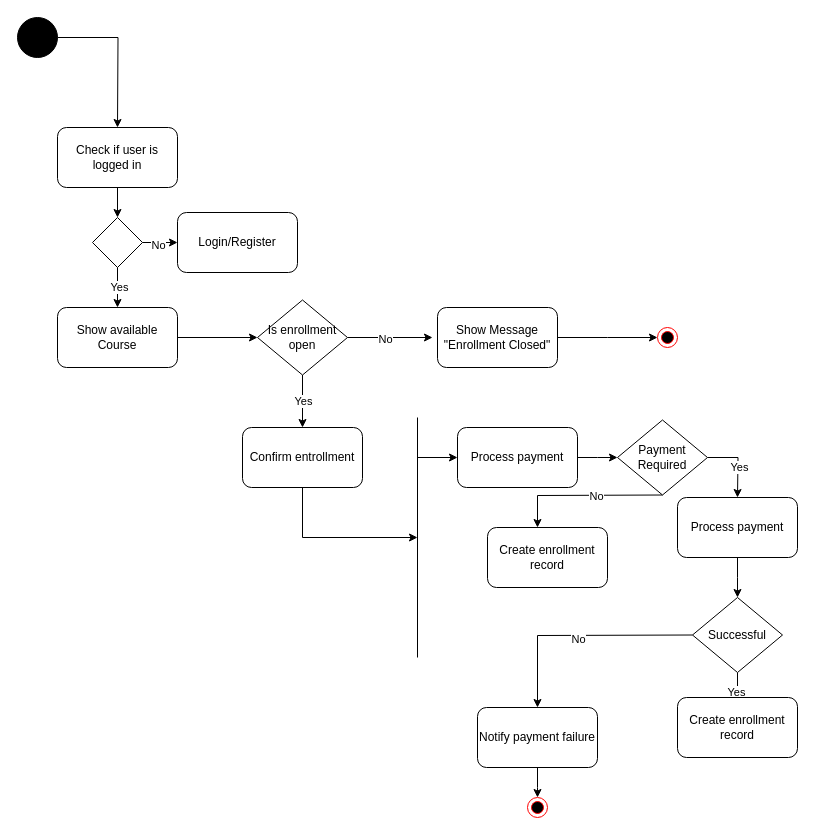
This is lab 6/Source files/Activitydiagram.drawio from Youssufathalla/Programming-2, a draw.io file, before an edit. Source tidied: cells renumbered, new cells numbered last; positions are measured from the earlier drawing's top-left corner, leaving out a move shared by most shapes. Both pictures are drawn from the tidied source at 100%, with x=0, y=0 at pixel (17, 17).
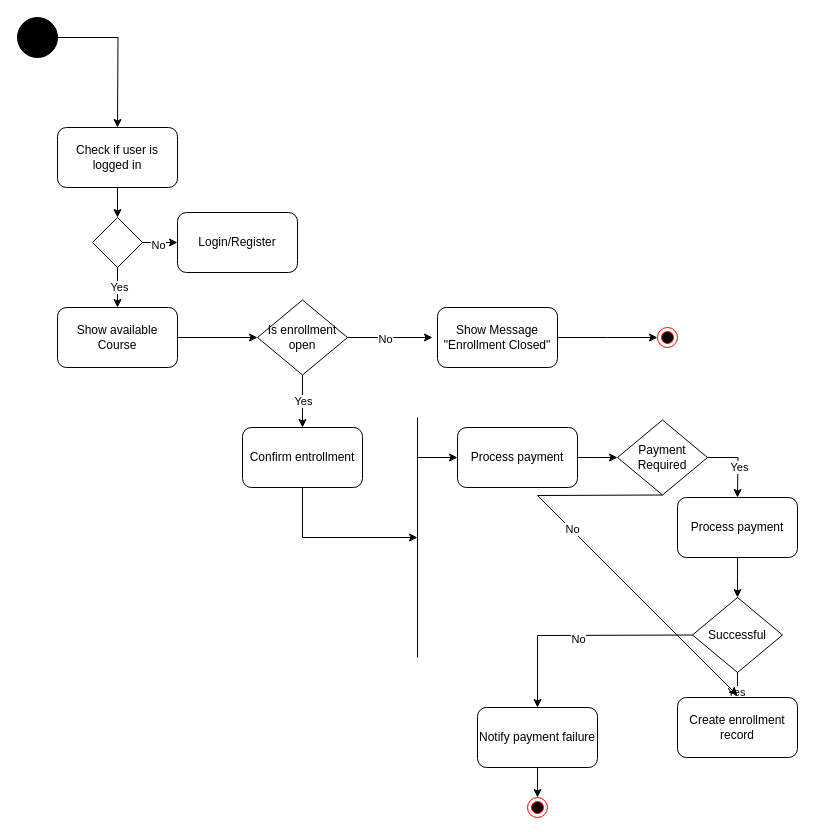
After the change.

Commit message:
updated payment path

Unchanged cells that the change refers to:
```xml
<mxCell id="30" value="Payment Required" style="rhombus;whiteSpace=wrap;html=1;" parent="1" vertex="1">
  <mxGeometry x="600" y="402.5" width="90" height="75" as="geometry" />
</mxCell>
```

Diff of the diagram source:
```diff
@@
     <mxCell id="36" style="endArrow=classic;html=1;rounded=0;exitX=0.5;exitY=1;exitDx=0;exitDy=0;" parent="1" edge="1" source="30">
       <mxGeometry relative="1" as="geometry">
-        <mxPoint x="520" y="510" as="targetPoint" />
+        <mxPoint x="720" y="678" as="targetPoint" />
         <Array as="points">
           <mxPoint x="520" y="478" />
         </Array>
       </mxGeometry>
     </mxCell>
@@
-    <mxCell id="38" value="Create enrollment record" style="rounded=1;whiteSpace=wrap;html=1;" parent="1" vertex="1">
-      <mxGeometry x="470" y="510" width="120" height="60" as="geometry" />
-    </mxCell>
```
